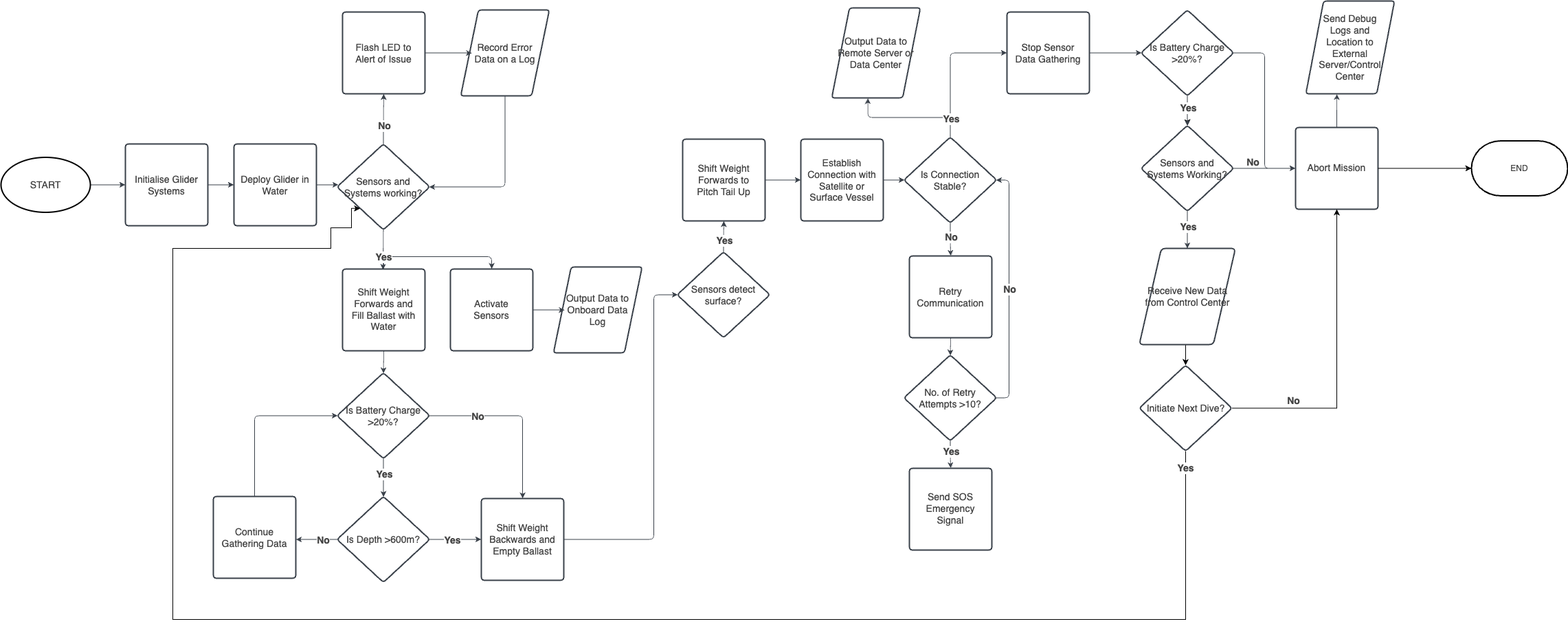
Above: Diving Procedure (Transparent).drawio.png in Schlubs/UnGlider-EPQ (draw.io), before the change. Source tidied: cells renumbered, new cells last; positions are measured from the earlier drawing's top-left corner, leaving out a move shared by most shapes.
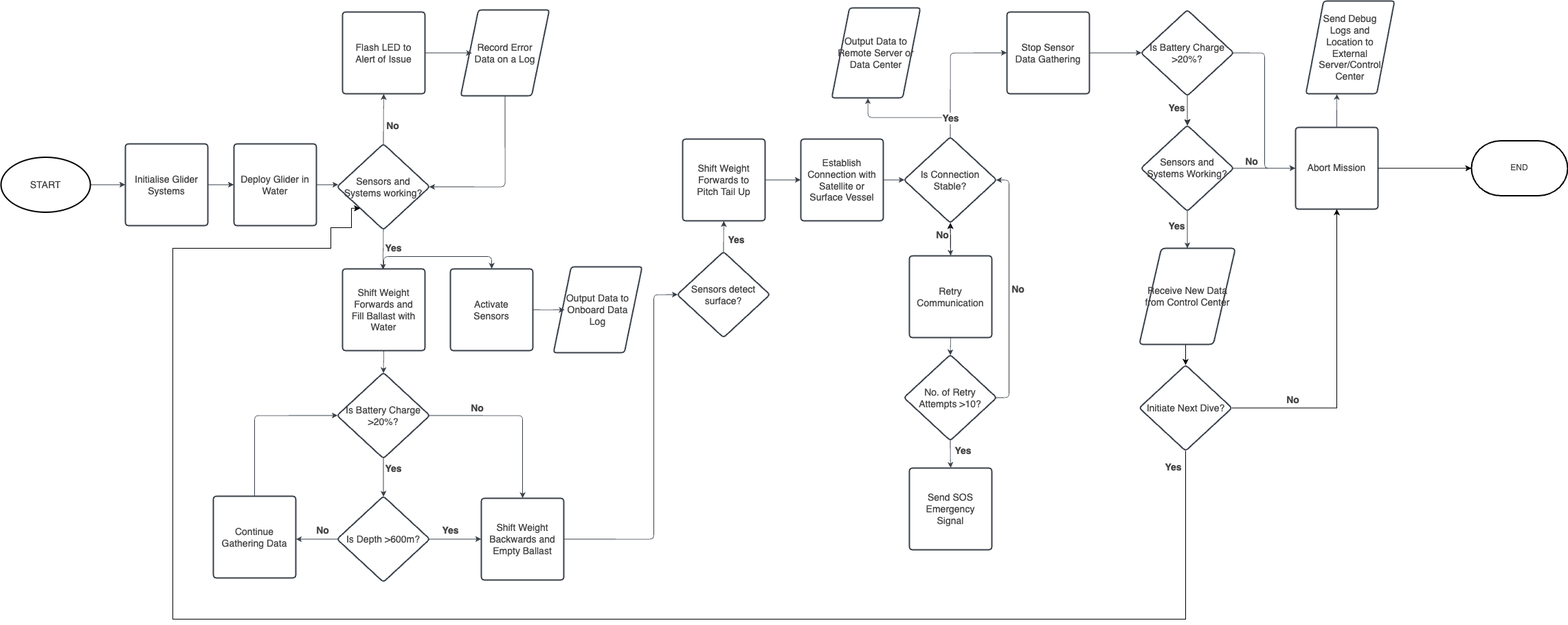
The same diagram one commit later.

Diff of the diagram source:
```diff
@@ -41,17 +41,19 @@
     <mxCell id="14" style="html=1;jettySize=18;whiteSpace=wrap;fontSize=14;fontColor=#454545;fontStyle=1;strokeColor=#3a414a;strokeOpacity=100;strokeWidth=0.8;rounded=1;arcSize=12;edgeStyle=orthogonalEdgeStyle;startArrow=none;exitX=0.5;exitY=0.005;exitPerimeter=0;entryX=0.5;entryY=1.003;entryPerimeter=0;lucidId=aJTVHtj84Zk9;" parent="1" edge="1" source="9" target="11">
       <mxGeometry relative="1" as="geometry" />
     </mxCell>
-    <mxCell id="15" value="No" style="text;html=1;labelBackgroundColor=default;align=center;verticalAlign=middle;fontStyle=1;fontColor=#454545;fontSize=14;" parent="14" vertex="1">
-      <mxGeometry x="-0.23" relative="1" as="geometry" />
+    <mxCell id="15" value="No" style="text;html=1;labelBackgroundColor=none;align=center;verticalAlign=middle;fontStyle=1;fontColor=#454545;fontSize=14;" parent="14" vertex="1">
+      <mxGeometry x="-0.23" relative="1" as="geometry">
+        <mxPoint x="13" y="1" as="offset" />
+      </mxGeometry>
     </mxCell>
     <mxCell id="16" style="html=1;jettySize=18;whiteSpace=wrap;fontSize=14;fontColor=#454545;fontStyle=1;strokeColor=#3a414a;strokeOpacity=100;strokeWidth=0.8;rounded=1;arcSize=12;edgeStyle=orthogonalEdgeStyle;startArrow=none;exitX=0.5;exitY=0.995;exitPerimeter=0;lucidId=gKTVoc-PtiHA;" parent="1" edge="1" source="9">
       <mxGeometry relative="1" as="geometry">
         <mxPoint x="556" y="391" as="targetPoint" />
       </mxGeometry>
     </mxCell>
-    <mxCell id="17" value="Yes" style="text;html=1;labelBackgroundColor=default;align=center;verticalAlign=middle;fontStyle=1;fontColor=#454545;fontSize=14;" parent="16" vertex="1">
+    <mxCell id="17" value="Yes" style="text;html=1;labelBackgroundColor=none;align=center;verticalAlign=middle;fontStyle=1;fontColor=#454545;fontSize=14;" parent="16" vertex="1">
       <mxGeometry relative="1" as="geometry">
-        <mxPoint y="9" as="offset" />
+        <mxPoint x="14" y="-2" as="offset" />
       </mxGeometry>
     </mxCell>
     <mxCell id="18" style="html=1;jettySize=18;whiteSpace=wrap;fontSize=14;strokeColor=#3a414a;strokeOpacity=100;strokeWidth=0.8;rounded=1;arcSize=12;edgeStyle=orthogonalEdgeStyle;startArrow=none;exitX=0.5;exitY=1.003;exitPerimeter=0;entryX=0.994;entryY=0.5;entryPerimeter=0;lucidId=xKTVdwcbtsRO;fontColor=#454545;" parent="1" edge="1" source="12" target="9">
@@ -81,8 +83,10 @@
     <mxCell id="26" style="html=1;jettySize=18;whiteSpace=wrap;fontSize=14;fontColor=#454545;fontStyle=1;strokeColor=#3a414a;strokeOpacity=100;strokeWidth=0.8;rounded=1;arcSize=12;edgeStyle=orthogonalEdgeStyle;startArrow=none;exitX=0.5;exitY=0.995;exitPerimeter=0;entryX=0.5;entryY=0.005;entryPerimeter=0;lucidId=KTTVAaDr_~iQ;" parent="1" edge="1" source="22" target="25">
       <mxGeometry relative="1" as="geometry" />
     </mxCell>
-    <mxCell id="27" value="Yes" style="text;html=1;labelBackgroundColor=default;align=center;verticalAlign=middle;fontStyle=1;fontColor=#454545;fontSize=14;" parent="26" vertex="1">
-      <mxGeometry x="-0.22" relative="1" as="geometry" />
+    <mxCell id="27" value="Yes" style="text;html=1;labelBackgroundColor=none;align=center;verticalAlign=middle;fontStyle=1;fontColor=#454545;fontSize=14;" parent="26" vertex="1">
+      <mxGeometry x="-0.22" relative="1" as="geometry">
+        <mxPoint x="14" y="-7" as="offset" />
+      </mxGeometry>
     </mxCell>
     <mxCell id="28" value="Shift Weight Backwards and Empty Ballast" style="html=1;overflow=block;blockSpacing=1;whiteSpace=wrap;fontSize=14;fontColor=#454545;spacing=9;strokeColor=#3a414a;strokeOpacity=100;fillOpacity=100;rounded=1;absoluteArcSize=1;arcSize=9;fillColor=#ffffff;strokeWidth=2;lucidId=hWTVQJh.K~fi;" parent="1" vertex="1">
       <mxGeometry x="699" y="724" width="120" height="119" as="geometry" />
@@ -90,8 +94,10 @@
     <mxCell id="29" style="html=1;jettySize=18;whiteSpace=wrap;fontSize=14;fontColor=#454545;fontStyle=1;strokeColor=#3a414a;strokeOpacity=100;strokeWidth=0.8;rounded=1;arcSize=12;edgeStyle=orthogonalEdgeStyle;startArrow=none;exitX=0.006;exitY=0.5;exitPerimeter=0;entryX=1.003;entryY=0.525;entryPerimeter=0;lucidId=Q2TVcN1D2rXm;" parent="1" edge="1" source="25" target="24">
       <mxGeometry relative="1" as="geometry" />
     </mxCell>
-    <mxCell id="30" value="No" style="text;html=1;labelBackgroundColor=default;align=center;verticalAlign=middle;fontStyle=1;fontColor=#454545;fontSize=14;" parent="29" vertex="1">
-      <mxGeometry x="-0.25" relative="1" as="geometry" />
+    <mxCell id="30" value="No" style="text;html=1;labelBackgroundColor=none;align=center;verticalAlign=middle;fontStyle=1;fontColor=#454545;fontSize=14;" parent="29" vertex="1">
+      <mxGeometry x="-0.25" relative="1" as="geometry">
+        <mxPoint y="-13" as="offset" />
+      </mxGeometry>
     </mxCell>
     <mxCell id="31" style="html=1;jettySize=18;whiteSpace=wrap;fontSize=14;strokeColor=#3a414a;strokeOpacity=100;strokeWidth=0.8;rounded=1;arcSize=12;edgeStyle=orthogonalEdgeStyle;startArrow=none;exitX=0.5;exitY=-0.003;exitPerimeter=0;entryX=0.006;entryY=0.5;entryPerimeter=0;lucidId=W3TVp-4aysgk;fontColor=#454545;" parent="1" edge="1" source="24" target="22">
       <mxGeometry relative="1" as="geometry" />
@@ -99,14 +105,18 @@
     <mxCell id="32" style="html=1;jettySize=18;whiteSpace=wrap;fontSize=14;fontColor=#454545;fontStyle=1;strokeColor=#3a414a;strokeOpacity=100;strokeWidth=0.8;rounded=1;arcSize=12;edgeStyle=orthogonalEdgeStyle;startArrow=none;exitX=0.994;exitY=0.5;exitPerimeter=0;entryX=-0.003;entryY=0.5;entryPerimeter=0;lucidId=ScUVHS3gC8ee;" parent="1" edge="1" source="25" target="28">
       <mxGeometry relative="1" as="geometry" />
     </mxCell>
-    <mxCell id="33" value="Yes" style="text;html=1;labelBackgroundColor=default;align=center;verticalAlign=middle;fontStyle=1;fontColor=#454545;fontSize=14;" parent="32" vertex="1">
-      <mxGeometry x="-0.16" relative="1" as="geometry" />
+    <mxCell id="33" value="Yes" style="text;html=1;labelBackgroundColor=none;align=center;verticalAlign=middle;fontStyle=1;fontColor=#454545;fontSize=14;" parent="32" vertex="1">
+      <mxGeometry x="-0.16" relative="1" as="geometry">
+        <mxPoint x="-1" y="-13" as="offset" />
+      </mxGeometry>
     </mxCell>
     <mxCell id="34" style="html=1;jettySize=18;whiteSpace=wrap;fontSize=14;fontColor=#454545;fontStyle=1;strokeColor=#3a414a;strokeOpacity=100;strokeWidth=0.8;rounded=1;arcSize=12;edgeStyle=orthogonalEdgeStyle;startArrow=none;exitX=0.994;exitY=0.5;exitPerimeter=0;entryX=0.5;entryY=-0.003;entryPerimeter=0;lucidId=4cUVZg3LoazD;" parent="1" edge="1" source="22" target="28">
       <mxGeometry relative="1" as="geometry" />
     </mxCell>
-    <mxCell id="35" value="No" style="text;html=1;labelBackgroundColor=default;align=center;verticalAlign=middle;fontStyle=1;fontColor=#454545;fontSize=14;" parent="34" vertex="1">
-      <mxGeometry x="-0.46" relative="1" as="geometry" />
+    <mxCell id="35" value="No" style="text;html=1;labelBackgroundColor=none;align=center;verticalAlign=middle;fontStyle=1;fontColor=#454545;fontSize=14;" parent="34" vertex="1">
+      <mxGeometry x="-0.46" relative="1" as="geometry">
+        <mxPoint y="-11" as="offset" />
+      </mxGeometry>
     </mxCell>
     <mxCell id="36" value="Sensors detect surface?" style="html=1;overflow=block;blockSpacing=1;whiteSpace=wrap;rhombus;fontSize=14;fontColor=#454545;spacing=3.8;strokeColor=#3a414a;strokeOpacity=100;fillOpacity=100;rounded=1;absoluteArcSize=1;arcSize=9;fillColor=#ffffff;strokeWidth=2;lucidId=ueUVGRdrRhw9;" parent="1" vertex="1">
       <mxGeometry x="984" y="365" width="135" height="125" as="geometry" />
@@ -128,8 +138,10 @@
     <mxCell id="40" style="html=1;jettySize=18;whiteSpace=wrap;fontSize=14;fontColor=#454545;fontStyle=1;strokeColor=#3a414a;strokeOpacity=100;strokeWidth=0.8;rounded=1;arcSize=12;edgeStyle=orthogonalEdgeStyle;startArrow=none;exitX=0.5;exitY=0.005;exitPerimeter=0;entryX=0.5;entryY=1.003;entryPerimeter=0;lucidId=_hUVAqHsgBwF;" parent="1" edge="1" source="36" target="38">
       <mxGeometry relative="1" as="geometry" />
     </mxCell>
-    <mxCell id="41" value="Yes" style="text;html=1;labelBackgroundColor=default;align=center;verticalAlign=middle;fontStyle=1;fontColor=#454545;fontSize=14;" parent="40" vertex="1">
-      <mxGeometry x="-0.22" relative="1" as="geometry" />
+    <mxCell id="41" value="Yes" style="text;html=1;labelBackgroundColor=none;align=center;verticalAlign=middle;fontStyle=1;fontColor=#454545;fontSize=14;" parent="40" vertex="1">
+      <mxGeometry x="-0.22" relative="1" as="geometry">
+        <mxPoint x="18" as="offset" />
+      </mxGeometry>
     </mxCell>
     <mxCell id="42" style="html=1;jettySize=18;whiteSpace=wrap;fontSize=14;strokeColor=#3a414a;strokeOpacity=100;strokeWidth=0.8;rounded=1;arcSize=12;edgeStyle=orthogonalEdgeStyle;startArrow=none;exitX=1.003;exitY=0.5;exitPerimeter=0;entryX=-0.003;entryY=0.5;entryPerimeter=0;lucidId=kiUV5uvYsnTb;fontColor=#454545;" parent="1" edge="1" source="38" target="39">
       <mxGeometry relative="1" as="geometry" />
@@ -140,14 +152,19 @@
     <mxCell id="44" style="html=1;jettySize=18;whiteSpace=wrap;fontSize=14;strokeColor=#3a414a;strokeOpacity=100;strokeWidth=0.8;rounded=1;arcSize=12;edgeStyle=orthogonalEdgeStyle;startArrow=none;exitX=1.003;exitY=0.5;exitPerimeter=0;entryX=0.006;entryY=0.5;entryPerimeter=0;lucidId=ZoUV3_74He0Z;fontColor=#454545;" parent="1" edge="1" source="39" target="43">
       <mxGeometry relative="1" as="geometry" />
     </mxCell>
+    <mxCell id="83" style="edgeStyle=orthogonalEdgeStyle;rounded=0;jettySize=auto;html=1;" parent="1" edge="1" source="45" target="43">
+      <mxGeometry relative="1" as="geometry" />
+    </mxCell>
     <mxCell id="45" value="Retry Communication" style="html=1;overflow=block;blockSpacing=1;whiteSpace=wrap;fontSize=14;fontColor=#454545;spacing=9;strokeColor=#3a414a;strokeOpacity=100;fillOpacity=100;rounded=1;absoluteArcSize=1;arcSize=9;fillColor=#ffffff;strokeWidth=2;lucidId=utUVE7nfj1N7;" parent="1" vertex="1">
       <mxGeometry x="1322" y="371" width="120" height="119" as="geometry" />
     </mxCell>
     <mxCell id="46" style="html=1;jettySize=18;whiteSpace=wrap;fontSize=14;fontColor=#454545;fontStyle=1;strokeColor=#3a414a;strokeOpacity=100;strokeWidth=0.8;rounded=1;arcSize=12;edgeStyle=orthogonalEdgeStyle;startArrow=none;exitX=0.5;exitY=0.995;exitPerimeter=0;entryX=0.5;entryY=-0.003;entryPerimeter=0;lucidId=pvUV3uXuMXPS;" parent="1" edge="1" source="43" target="45">
       <mxGeometry relative="1" as="geometry" />
     </mxCell>
-    <mxCell id="47" value="No" style="text;html=1;labelBackgroundColor=default;align=center;verticalAlign=middle;fontStyle=1;fontColor=#454545;fontSize=14;" parent="46" vertex="1">
-      <mxGeometry x="-0.2" relative="1" as="geometry" />
+    <mxCell id="47" value="No" style="text;html=1;labelBackgroundColor=none;align=center;verticalAlign=middle;fontStyle=1;fontColor=#454545;fontSize=14;" parent="46" vertex="1">
+      <mxGeometry x="-0.2" relative="1" as="geometry">
+        <mxPoint x="-12" y="-1" as="offset" />
+      </mxGeometry>
     </mxCell>
     <mxCell id="48" style="html=1;jettySize=18;whiteSpace=wrap;fontSize=14;strokeColor=#3a414a;strokeOpacity=100;strokeWidth=0.8;rounded=1;arcSize=12;edgeStyle=orthogonalEdgeStyle;startArrow=none;exitX=0.5;exitY=1.003;exitPerimeter=0;entryX=0.5;entryY=0.005;entryPerimeter=0;lucidId=SBUVwsjEu3Ze;fontColor=#454545;" parent="1" edge="1" source="45" target="49">
       <mxGeometry relative="1" as="geometry" />
@@ -158,8 +175,10 @@
     <mxCell id="50" style="html=1;jettySize=18;whiteSpace=wrap;fontSize=14;fontColor=#454545;fontStyle=1;strokeColor=#3a414a;strokeOpacity=100;strokeWidth=0.8;rounded=1;arcSize=12;edgeStyle=orthogonalEdgeStyle;startArrow=none;exitX=0.994;exitY=0.5;exitPerimeter=0;entryX=0.994;entryY=0.5;entryPerimeter=0;lucidId=rDUVps.Rehkx;" parent="1" edge="1" source="49" target="43">
       <mxGeometry relative="1" as="geometry" />
     </mxCell>
-    <mxCell id="51" value="No" style="text;html=1;labelBackgroundColor=default;align=center;verticalAlign=middle;fontStyle=1;fontColor=#454545;fontSize=14;" parent="50" vertex="1">
-      <mxGeometry relative="1" as="geometry" />
+    <mxCell id="51" value="No" style="text;html=1;labelBackgroundColor=none;align=center;verticalAlign=middle;fontStyle=1;fontColor=#454545;fontSize=14;" parent="50" vertex="1">
+      <mxGeometry relative="1" as="geometry">
+        <mxPoint x="13" as="offset" />
+      </mxGeometry>
     </mxCell>
     <mxCell id="52" value="Send SOS Emergency Signal" style="html=1;overflow=block;blockSpacing=1;whiteSpace=wrap;fontSize=14;fontColor=#454545;spacing=9;strokeColor=#3a414a;strokeOpacity=100;fillOpacity=100;rounded=1;absoluteArcSize=1;arcSize=9;fillColor=#ffffff;strokeWidth=2;lucidId=BDUVcMeU-quQ;" parent="1" vertex="1">
       <mxGeometry x="1322" y="680" width="120" height="119" as="geometry" />
@@ -167,8 +186,10 @@
     <mxCell id="53" style="html=1;jettySize=18;whiteSpace=wrap;fontSize=14;fontColor=#454545;fontStyle=1;strokeColor=#3a414a;strokeOpacity=100;strokeWidth=0.8;rounded=1;arcSize=12;edgeStyle=orthogonalEdgeStyle;startArrow=none;exitX=0.5;exitY=0.995;exitPerimeter=0;entryX=0.5;entryY=-0.003;entryPerimeter=0;lucidId=3DUVM_oiQbUb;" parent="1" edge="1" source="49" target="52">
       <mxGeometry relative="1" as="geometry" />
     </mxCell>
-    <mxCell id="54" value="Yes" style="text;html=1;labelBackgroundColor=default;align=center;verticalAlign=middle;fontStyle=1;fontColor=#454545;fontSize=14;" parent="53" vertex="1">
-      <mxGeometry x="-0.26" relative="1" as="geometry" />
+    <mxCell id="54" value="Yes" style="text;html=1;labelBackgroundColor=none;align=center;verticalAlign=middle;fontStyle=1;fontColor=#454545;fontSize=14;" parent="53" vertex="1">
+      <mxGeometry x="-0.26" relative="1" as="geometry">
+        <mxPoint x="18" as="offset" />
+      </mxGeometry>
     </mxCell>
     <mxCell id="55" value="Output Data to Remote Server or Data Center" style="html=1;overflow=block;blockSpacing=1;whiteSpace=wrap;shape=parallelogram;perimeter=parallelogramPerimeter;anchorPointDirection=0;fontSize=14;fontColor=#454545;spacing=9;strokeColor=#3a414a;strokeOpacity=100;fillOpacity=100;rounded=1;absoluteArcSize=1;arcSize=9;fillColor=#ffffff;strokeWidth=2;lucidId=zFUVQ6NEeKnS;" parent="1" vertex="1">
       <mxGeometry x="1209" y="10" width="129" height="131" as="geometry" />
@@ -197,8 +218,10 @@
     <mxCell id="63" style="html=1;jettySize=18;whiteSpace=wrap;fontSize=14;fontColor=#454545;fontStyle=1;strokeColor=#3a414a;strokeOpacity=100;strokeWidth=0.8;rounded=1;arcSize=12;edgeStyle=orthogonalEdgeStyle;startArrow=none;exitX=0.5;exitY=0.995;exitPerimeter=0;entryX=0.5;entryY=0.005;entryPerimeter=0;lucidId=SNUVm87.o8OP;" parent="1" edge="1" source="60" target="58">
       <mxGeometry relative="1" as="geometry" />
     </mxCell>
-    <mxCell id="64" value="Yes" style="text;html=1;labelBackgroundColor=default;align=center;verticalAlign=middle;fontStyle=1;fontColor=#454545;fontSize=14;" parent="63" vertex="1">
-      <mxGeometry x="-0.2" relative="1" as="geometry" />
+    <mxCell id="64" value="Yes" style="text;html=1;labelBackgroundColor=none;align=center;verticalAlign=middle;fontStyle=1;fontColor=#454545;fontSize=14;" parent="63" vertex="1">
+      <mxGeometry x="-0.2" relative="1" as="geometry">
+        <mxPoint x="-16" as="offset" />
+      </mxGeometry>
     </mxCell>
     <mxCell id="65" value="Abort Mission" style="html=1;overflow=block;blockSpacing=1;whiteSpace=wrap;fontSize=14;fontColor=#454545;spacing=9;strokeColor=#3a414a;strokeOpacity=100;fillOpacity=100;rounded=1;absoluteArcSize=1;arcSize=9;fillColor=#ffffff;strokeWidth=2;lucidId=HOUVgvcs5lXh;" parent="1" vertex="1">
       <mxGeometry x="1884" y="184" width="120" height="119" as="geometry" />
@@ -223,8 +246,10 @@
     <mxCell id="71" style="html=1;jettySize=18;whiteSpace=wrap;fontSize=14;fontColor=#454545;fontStyle=1;strokeColor=#3a414a;strokeOpacity=100;strokeWidth=0.8;rounded=1;arcSize=12;edgeStyle=orthogonalEdgeStyle;startArrow=none;exitX=0.5;exitY=0.995;exitPerimeter=0;entryX=0.5;entryY=0;lucidId=gYUV-vHolZjt;entryDx=0;entryDy=0;" parent="1" edge="1" source="58" target="75">
       <mxGeometry relative="1" as="geometry" />
     </mxCell>
-    <mxCell id="72" value="Yes" style="text;html=1;labelBackgroundColor=default;align=center;verticalAlign=middle;fontStyle=1;fontColor=#454545;fontSize=14;" parent="71" vertex="1">
-      <mxGeometry x="-0.17" relative="1" as="geometry" />
+    <mxCell id="72" value="Yes" style="text;html=1;labelBackgroundColor=none;align=center;verticalAlign=middle;fontStyle=1;fontColor=#454545;fontSize=14;" parent="71" vertex="1">
+      <mxGeometry x="-0.17" relative="1" as="geometry">
+        <mxPoint x="-16" y="-1" as="offset" />
+      </mxGeometry>
     </mxCell>
     <mxCell id="73" value="START" style="strokeWidth=2;html=1;shape=mxgraph.flowchart.start_1;whiteSpace=wrap;fontSize=14;fontColor=#454545;" parent="1" vertex="1">
       <mxGeometry y="227.5" width="130" height="80" as="geometry" />
@@ -265,8 +290,8 @@
         <mxPoint x="-3" y="226" as="offset" />
       </mxGeometry>
     </mxCell>
-    <mxCell id="82" value="Yes" style="text;html=1;labelBackgroundColor=default;align=center;verticalAlign=middle;fontStyle=1;fontColor=#454545;fontSize=14;" parent="1" vertex="1">
-      <mxGeometry x="1726.5" y="327" as="geometry">
+    <mxCell id="82" value="Yes" style="text;html=1;labelBackgroundColor=none;align=center;verticalAlign=middle;fontStyle=1;fontColor=#454545;fontSize=14;" parent="1" vertex="1">
+      <mxGeometry x="1710" y="327" as="geometry">
         <mxPoint x="-4" y="352" as="offset" />
       </mxGeometry>
     </mxCell>
```
